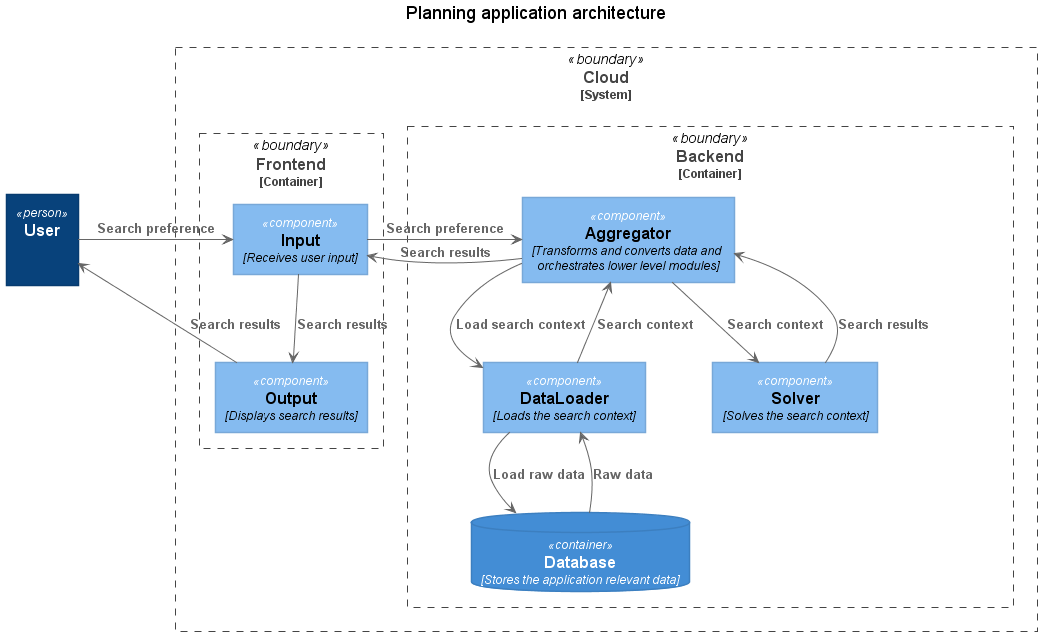
Above: doc/res/uml/planning.png in HigyedArnold/Master-Thesis (PlantUML), before the change.
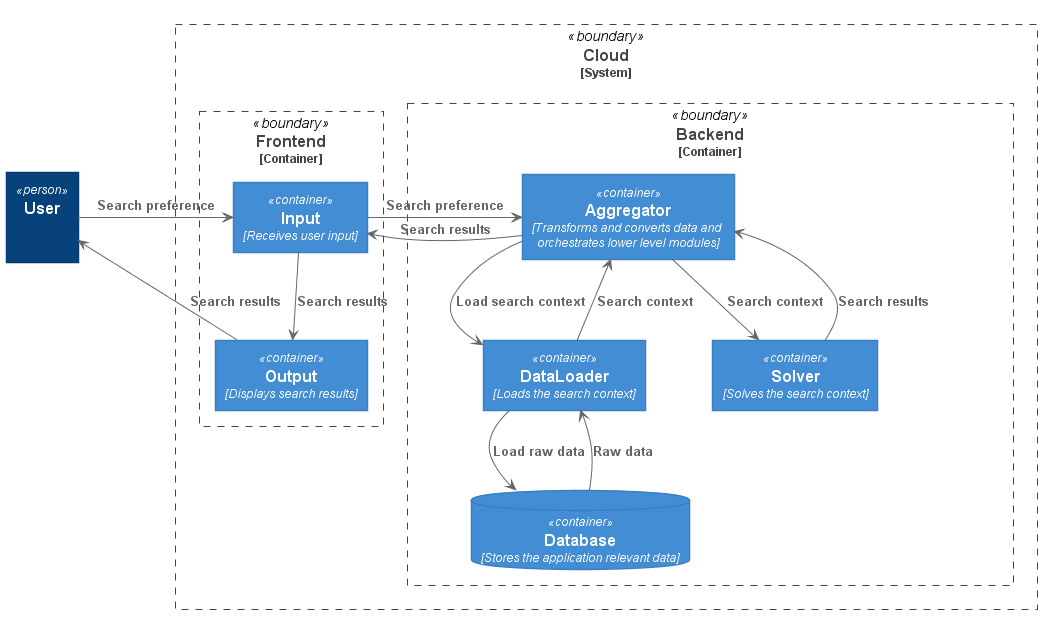
Above is the later version.

What changed in the source:
```diff
@@ -157,21 +157,20 @@
 
 
 
-title Planning application architecture
 
 rectangle "==User\n\n " <<person>> as user
 
 rectangle "==Cloud\n<size:12>[System]</size>" <<boundary>> as cloud {
     rectangle "==Frontend\n<size:12>[Container]</size>" <<boundary>> as frontEnd {
-        rectangle "==Input\n//<size:12>[Receives user input]</size>//" <<component>> as input
-        rectangle "==Output\n//<size:12>[Displays search results]</size>//" <<component>> as output
+        rectangle "==Input\n//<size:12>[Receives user input]</size>//" <<container>> as input
+        rectangle "==Output\n//<size:12>[Displays search results]</size>//" <<container>> as output
     }
 
     rectangle "==Backend\n<size:12>[Container]</size>" <<boundary>> as backEnd {
-        rectangle "==Aggregator\n//<size:12>[Transforms and converts data and orchestrates lower level modules]</size>//" <<component>> as aggregator
-        rectangle "==DataLoader\n//<size:12>[Loads the search context]</size>//" <<component>> as dataLoader
+        rectangle "==Aggregator\n//<size:12>[Transforms and converts data and orchestrates lower level modules]</size>//" <<container>> as aggregator
+        rectangle "==DataLoader\n//<size:12>[Loads the search context]</size>//" <<container>> as dataLoader
         database "==Database\n//<size:12>[Stores the application relevant data]</size>//" <<container>> as database
-        rectangle "==Solver\n//<size:12>[Solves the search context]</size>//" <<component>> as solver
+        rectangle "==Solver\n//<size:12>[Solves the search context]</size>//" <<container>> as solver
 
     }
 }
```
